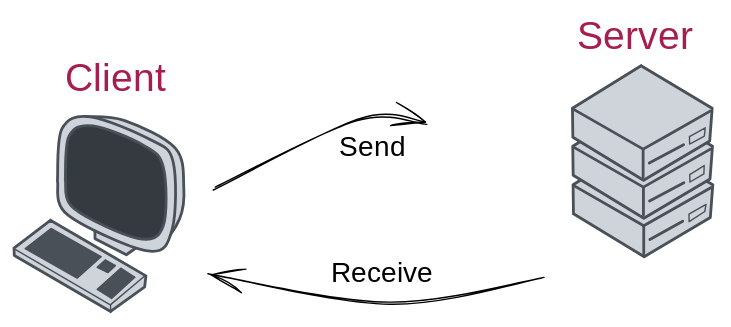
Earlier version of the Excalidraw export notebooks/media/client-server.excalidraw.svg (ue22-p25/backend). Source tidied: one line per element, renumbered; positions are measured from the earlier drawing's top-left corner, leaving out a move shared by most shapes. Its diagram source:
```json
{"id": 0, "type": "ellipse", "strokeColor": "transparent", "strokeWidth": 1, "roughness": 0, "x": 8, "y": 71, "width": 122, "height": 142}
{"id": 1, "type": "line", "strokeColor": "#495057", "backgroundColor": "#ced4da", "fillStyle": "solid", "strokeWidth": 2, "roughness": 0, "x": 58, "y": 144, "width": 44, "height": 40, "points": [[0, 0], [0, 17], [23, 28], [43, 13], [44, -3], [24, -12], [0, 0]]}
{"id": 2, "type": "line", "strokeColor": "#495057", "backgroundColor": "#ced4da", "fillStyle": "solid", "strokeWidth": 2, "roughness": 0, "round": true, "x": 51, "y": 73, "width": 71, "height": 91, "points": [[0, 0], [28, 3], [64, 23], [71, 51], [68, 73], [54, 91], [40, 83], [6, 36], [4, 7]]}
{"id": 3, "type": "line", "strokeColor": "#495057", "backgroundColor": "#ced4da", "fillStyle": "solid", "strokeWidth": 2, "roughness": 0, "round": true, "x": 31, "y": 119, "width": 83, "height": 96, "points": [[0, 0], [8, 24], [65, 50], [82, 34], [83, -14], [67, -30], [24, -46], [3, -37], [0, 0]]}
{"id": 4, "type": "line", "strokeColor": "#495057", "backgroundColor": "#343a40", "fillStyle": "solid", "strokeWidth": 2, "roughness": 0, "round": true, "x": 37, "y": 118, "width": 70, "height": 80, "points": [[0, 0], [6, 20], [52, 42], [70, 33], [70, -9], [56, -25], [20, -39], [3, -31], [0, 0]]}
{"id": 5, "type": "line", "strokeColor": "#495057", "backgroundColor": "#ced4da", "fillStyle": "solid", "strokeWidth": 2, "roughness": 0, "x": 0, "y": 167, "width": 94, "height": 65, "points": [[0, 0], [0, 5], [69, 45], [93, 28], [94, 20], [26, -20], [0, 0]]}
{"id": 6, "type": "line", "strokeColor": "#495057", "backgroundColor": "#ced4da", "fillStyle": "solid", "strokeWidth": 1, "roughness": 0, "x": 1, "y": 168, "width": 93, "height": 40, "points": [[0, 0], [68, 40], [93, 18]]}
{"id": 7, "type": "line", "strokeColor": "#495057", "backgroundColor": "#ced4da", "fillStyle": "solid", "strokeWidth": 1, "roughness": 0, "x": 69, "y": 213, "width": 0, "height": 5, "points": [[0, 0], [0, -5]]}
{"id": 8, "type": "line", "strokeColor": "#495057", "backgroundColor": "#495057", "fillStyle": "solid", "strokeWidth": 1, "roughness": 0, "x": 26, "y": 153, "width": 54, "height": 36, "points": [[0, 0], [-18, 14], [19, 36], [36, 20], [0, 0]]}
{"id": 9, "type": "line", "strokeColor": "#495057", "backgroundColor": "#495057", "fillStyle": "solid", "strokeWidth": 1, "roughness": 0, "x": 65, "y": 176, "width": 13, "height": 9, "points": [[0, 0], [-6, 5], [2, 9], [7, 4], [0, 0]]}
{"id": 10, "type": "line", "strokeColor": "#495057", "backgroundColor": "#495057", "fillStyle": "solid", "strokeWidth": 1, "roughness": 0, "x": 76, "y": 181, "width": 27, "height": 22, "points": [[0, 0], [-17, 15], [-7, 22], [10, 7], [0, 0]]}
{"id": 11, "type": "rectangle", "strokeColor": "#0000", "backgroundColor": "#0000", "fillStyle": "solid", "strokeWidth": 2, "roughness": 0, "x": 394, "y": 37, "width": 108, "height": 136}
{"id": 12, "type": "line", "strokeColor": "#495057", "backgroundColor": "#ced4da", "fillStyle": "solid", "strokeWidth": 2, "roughness": 0, "x": 399, "y": 122, "width": 100, "height": 82, "points": [[0, 0], [0, 21], [51, 51], [98, 23], [100, 0], [49, -30], [0, 0]]}
{"id": 13, "type": "line", "strokeColor": "#495057", "backgroundColor": "#ced4da", "fillStyle": "solid", "strokeWidth": 2, "roughness": 0, "x": 450, "y": 171, "width": 0, "height": 20, "points": [[0, 0], [0, -20]]}
{"id": 14, "type": "line", "strokeColor": "#495057", "backgroundColor": "#ced4da", "fillStyle": "solid", "strokeWidth": 2, "roughness": 0, "x": 400, "y": 122, "width": 98, "height": 29, "points": [[0, 0], [50, 29], [98, 1]]}
{"id": 15, "type": "line", "strokeColor": "#495057", "backgroundColor": "#ced4da", "fillStyle": "solid", "strokeWidth": 2, "roughness": 0, "x": 454, "y": 161, "width": 23, "height": 13, "points": [[0, 0], [23, -13]]}
{"id": 16, "type": "line", "strokeColor": "#495057", "backgroundColor": "#ced4da", "fillStyle": "solid", "strokeWidth": 1, "roughness": 0, "x": 482, "y": 143, "width": 12, "height": 12, "points": [[0, 0], [0, 5], [11, -2], [12, -7], [0, 0]]}
{"id": 17, "type": "line", "strokeColor": "#495057", "backgroundColor": "#ced4da", "fillStyle": "solid", "strokeWidth": 2, "roughness": 0, "x": 399, "y": 94, "width": 100, "height": 82, "points": [[0, 0], [0, 21], [51, 51], [98, 23], [100, 0], [49, -30], [0, 0]]}
{"id": 18, "type": "line", "strokeColor": "#495057", "backgroundColor": "#ced4da", "fillStyle": "solid", "strokeWidth": 2, "roughness": 0, "x": 450, "y": 144, "width": 0, "height": 20, "points": [[0, 0], [0, -20]]}
{"id": 19, "type": "line", "strokeColor": "#495057", "backgroundColor": "#ced4da", "fillStyle": "solid", "strokeWidth": 2, "roughness": 0, "x": 400, "y": 95, "width": 98, "height": 29, "points": [[0, 0], [50, 29], [98, 1]]}
{"id": 20, "type": "line", "strokeColor": "#495057", "backgroundColor": "#ced4da", "fillStyle": "solid", "strokeWidth": 2, "roughness": 0, "x": 454, "y": 133, "width": 25, "height": 13, "points": [[0, 0], [25, -13]]}
{"id": 21, "type": "line", "strokeColor": "#495057", "backgroundColor": "#ced4da", "fillStyle": "solid", "strokeWidth": 1, "roughness": 0, "x": 483, "y": 115, "width": 10, "height": 12, "points": [[0, 0], [0, 5], [10, -1], [10, -6], [0, 0]]}
{"id": 22, "type": "line", "strokeColor": "#495057", "backgroundColor": "#ced4da", "fillStyle": "solid", "strokeWidth": 2, "roughness": 0, "x": 399, "y": 67, "width": 100, "height": 82, "points": [[0, 0], [0, 21], [51, 51], [98, 23], [100, 0], [49, -30], [0, 0]]}
{"id": 23, "type": "line", "strokeColor": "#495057", "backgroundColor": "#ced4da", "fillStyle": "solid", "strokeWidth": 2, "roughness": 0, "x": 449, "y": 117, "width": 0, "height": 20, "points": [[0, 0], [0, -20]]}
{"id": 24, "type": "line", "strokeColor": "#495057", "backgroundColor": "#ced4da", "fillStyle": "solid", "strokeWidth": 2, "roughness": 0, "x": 400, "y": 68, "width": 98, "height": 29, "points": [[0, 0], [50, 29], [98, 1]]}
{"id": 25, "type": "line", "strokeColor": "#495057", "backgroundColor": "#ced4da", "fillStyle": "solid", "strokeWidth": 2, "roughness": 0, "x": 454, "y": 106, "width": 25, "height": 13, "points": [[0, 0], [25, -13]]}
{"id": 26, "type": "line", "strokeColor": "#495057", "backgroundColor": "#ced4da", "fillStyle": "solid", "strokeWidth": 1, "roughness": 0, "x": 483, "y": 87, "width": 11, "height": 12, "points": [[0, 0], [0, 5], [11, 0], [11, -6], [0, 0]]}
{"id": 27, "type": "arrow", "strokeColor": "#000000", "strokeWidth": 1, "roughness": 1, "endArrowhead": "arrow", "round": true, "to": 32, "x": 144, "y": 125, "width": 152, "height": 49, "points": [[0, 0], [102, -49], [152, -47]]}
{"id": 28, "type": "arrow", "strokeColor": "#000000", "strokeWidth": 1, "roughness": 1, "endArrowhead": "arrow", "round": true, "x": 378, "y": 187, "width": 239, "height": 20, "points": [[0, 0], [-109, 19], [-239, -1]]}
{"id": 29, "type": "text", "text": "Send", "strokeColor": "#000000", "strokeWidth": 1, "roughness": 1, "fontSize": 20, "fontFamily": 1, "x": 233, "y": 83, "width": 46, "height": 25}
{"id": 30, "type": "text", "text": "Receive", "strokeColor": "#000000", "strokeWidth": 1, "roughness": 1, "fontSize": 20, "fontFamily": 1, "x": 227, "y": 173, "width": 73, "height": 25}
{"id": 31, "type": "text", "text": "Client", "strokeColor": "#a61e4d", "strokeWidth": 1, "roughness": 1, "fontSize": 28, "fontFamily": 1, "x": 36, "y": 30, "width": 78, "height": 35}
{"id": 32, "type": "text", "text": "Server", "strokeColor": "#a61e4d", "strokeWidth": 1, "roughness": 1, "fontSize": 28, "fontFamily": 1, "x": 402, "y": 0, "width": 88, "height": 35}
```
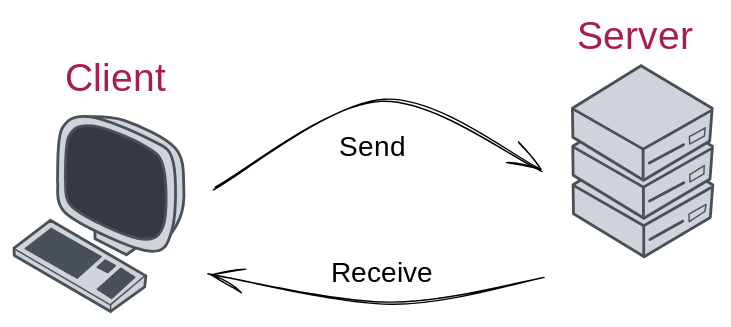
The same diagram one commit later.

Change to the diagram source:
```diff
@@ -25,7 +25,7 @@
 {"id": 24, "type": "line", "strokeColor": "#495057", "backgroundColor": "#ced4da", "fillStyle": "solid", "strokeWidth": 2, "roughness": 0, "x": 400, "y": 68, "width": 98, "height": 29, "points": [[0, 0], [50, 29], [98, 1]]}
 {"id": 25, "type": "line", "strokeColor": "#495057", "backgroundColor": "#ced4da", "fillStyle": "solid", "strokeWidth": 2, "roughness": 0, "x": 454, "y": 106, "width": 25, "height": 13, "points": [[0, 0], [25, -13]]}
 {"id": 26, "type": "line", "strokeColor": "#495057", "backgroundColor": "#ced4da", "fillStyle": "solid", "strokeWidth": 1, "roughness": 0, "x": 483, "y": 87, "width": 11, "height": 12, "points": [[0, 0], [0, 5], [11, 0], [11, -6], [0, 0]]}
-{"id": 27, "type": "arrow", "strokeColor": "#000000", "strokeWidth": 1, "roughness": 1, "endArrowhead": "arrow", "round": true, "to": 32, "x": 144, "y": 125, "width": 152, "height": 49, "points": [[0, 0], [102, -49], [152, -47]]}
+{"id": 27, "type": "arrow", "strokeColor": "#000000", "strokeWidth": 1, "roughness": 1, "endArrowhead": "arrow", "round": true, "from": 0, "to": 11, "x": 144, "y": 125, "width": 234, "height": 63, "points": [[0, 0], [119, -63], [234, -13]]}
 {"id": 28, "type": "arrow", "strokeColor": "#000000", "strokeWidth": 1, "roughness": 1, "endArrowhead": "arrow", "round": true, "x": 378, "y": 187, "width": 239, "height": 20, "points": [[0, 0], [-109, 19], [-239, -1]]}
 {"id": 29, "type": "text", "text": "Send", "strokeColor": "#000000", "strokeWidth": 1, "roughness": 1, "fontSize": 20, "fontFamily": 1, "x": 233, "y": 83, "width": 46, "height": 25}
 {"id": 30, "type": "text", "text": "Receive", "strokeColor": "#000000", "strokeWidth": 1, "roughness": 1, "fontSize": 20, "fontFamily": 1, "x": 227, "y": 173, "width": 73, "height": 25}
```
